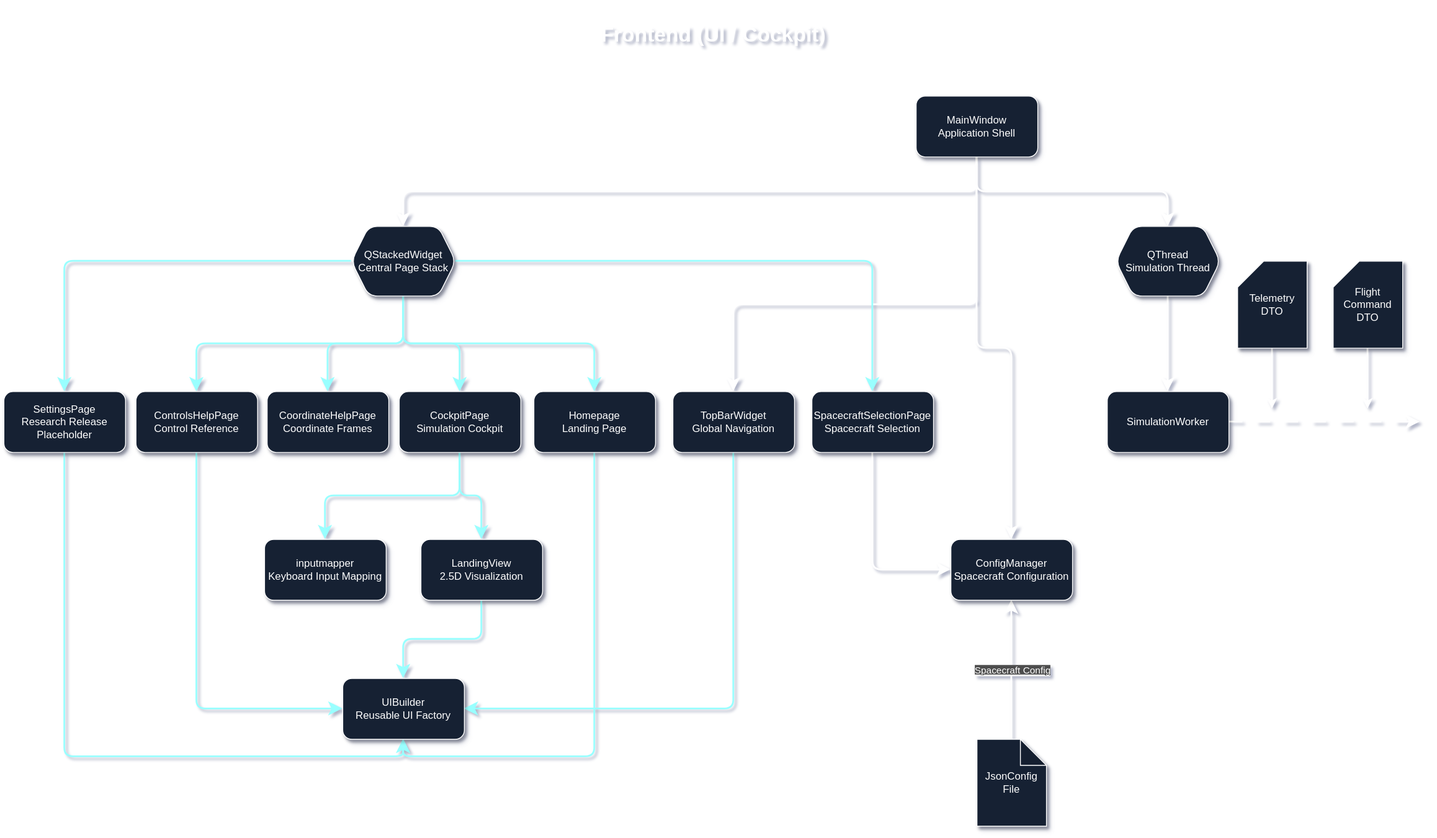
Earlier version of the draw.io export img/architecture/FrontEnd.drawio.svg (gerd-lrt-dev/aerospace-simulation). Source tidied: cells renumbered, new cells last; positions are measured from the earlier drawing's top-left corner, leaving out a move shared by most shapes.
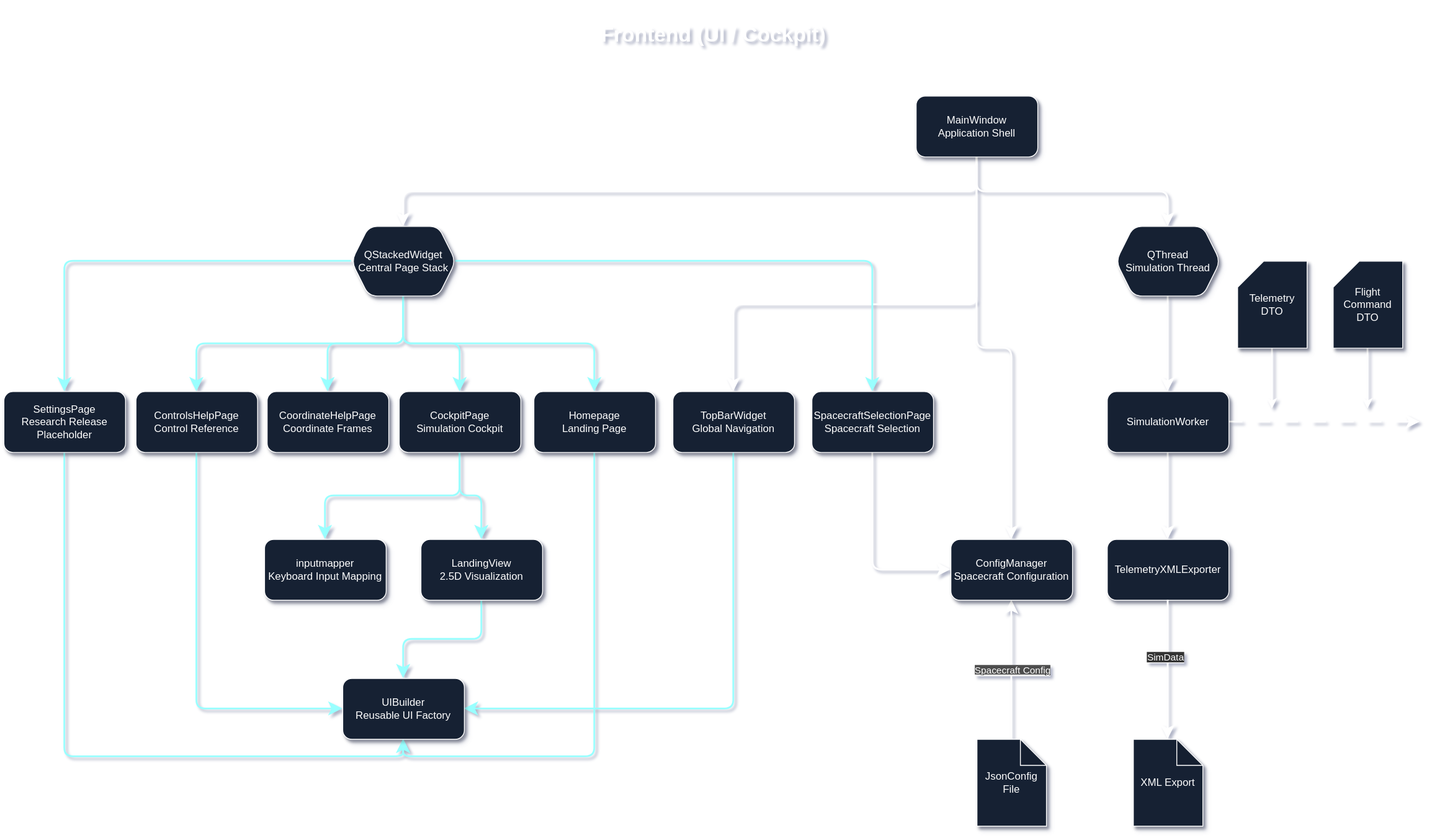
Later version of the same file.

Diff of the diagram source:
```diff
@@ -50,6 +50,9 @@
         <mxPoint x="1630" y="485" as="targetPoint" />
       </mxGeometry>
     </mxCell>
+    <mxCell id="46" style="edgeStyle=orthogonalEdgeStyle;rounded=1;jettySize=auto;html=1;exitX=0.5;exitY=1;exitDx=0;exitDy=0;entryX=0.5;entryY=0;entryDx=0;entryDy=0;strokeColor=#FFFFFF;strokeWidth=2;align=center;verticalAlign=middle;fontFamily=Helvetica;fontSize=11;fontColor=default;labelBackgroundColor=default;jumpSize=10;startSize=10;endArrow=classic;endSize=10;curved=0;" parent="1" edge="1" source="14" target="48">
+      <mxGeometry relative="1" as="geometry" />
+    </mxCell>
     <mxCell id="14" value="&lt;font color=&quot;#ffffff&quot;&gt;SimulationWorker&lt;/font&gt;" style="rounded=1;whiteSpace=wrap;html=1;strokeColor=#FFFFFF;fillColor=#162133;shadow=1;" parent="1" vertex="1">
       <mxGeometry x="1270" y="450" width="140" height="70" as="geometry" />
     </mxCell>
@@ -148,5 +151,17 @@
     <mxCell id="45" value="&lt;font color=&quot;#ffffff&quot;&gt;CoordinateHelpPage&lt;/font&gt;&lt;div&gt;&lt;font color=&quot;#ffffff&quot;&gt;Coordinate Frames&lt;/font&gt;&lt;/div&gt;" style="rounded=1;whiteSpace=wrap;html=1;strokeColor=#FFFFFF;fillColor=#162133;shadow=1;" parent="1" vertex="1">
       <mxGeometry x="303" y="450" width="140" height="70" as="geometry" />
     </mxCell>
+    <mxCell id="47" value="&lt;font color=&quot;#ffffff&quot;&gt;XML Export&lt;/font&gt;" style="shape=note;whiteSpace=wrap;html=1;backgroundOutline=1;darkOpacity=0.05;strokeColor=#FFFFFF;fillColor=#162133;shadow=1;" parent="1" vertex="1">
+      <mxGeometry x="1300" y="850" width="80" height="100" as="geometry" />
+    </mxCell>
+    <mxCell id="48" value="&lt;font color=&quot;#ffffff&quot;&gt;TelemetryXMLExporter&lt;/font&gt;" style="rounded=1;whiteSpace=wrap;html=1;strokeColor=#FFFFFF;fillColor=#162133;shadow=1;" parent="1" vertex="1">
+      <mxGeometry x="1270" y="620" width="140" height="70" as="geometry" />
+    </mxCell>
+    <mxCell id="49" style="edgeStyle=orthogonalEdgeStyle;rounded=1;jettySize=auto;html=1;exitX=0.5;exitY=1;exitDx=0;exitDy=0;entryX=0.5;entryY=0;entryDx=0;entryDy=0;entryPerimeter=0;strokeColor=#FFFFFF;strokeWidth=2;align=center;verticalAlign=middle;fontFamily=Helvetica;fontSize=11;fontColor=default;labelBackgroundColor=default;jumpSize=10;startSize=10;endArrow=classic;endSize=10;curved=0;" parent="1" edge="1" source="48" target="47">
+      <mxGeometry relative="1" as="geometry" />
+    </mxCell>
+    <mxCell id="50" value="&lt;span style=&quot;background-color: rgb(51, 51, 51); color: rgb(255, 255, 255);&quot;&gt;SimData&lt;/span&gt;" style="edgeLabel;html=1;align=center;verticalAlign=middle;" parent="49" vertex="1">
+      <mxGeometry x="-0.19" y="-4" relative="1" as="geometry" />
+    </mxCell>
   </root>
 </mxGraphModel>
```
